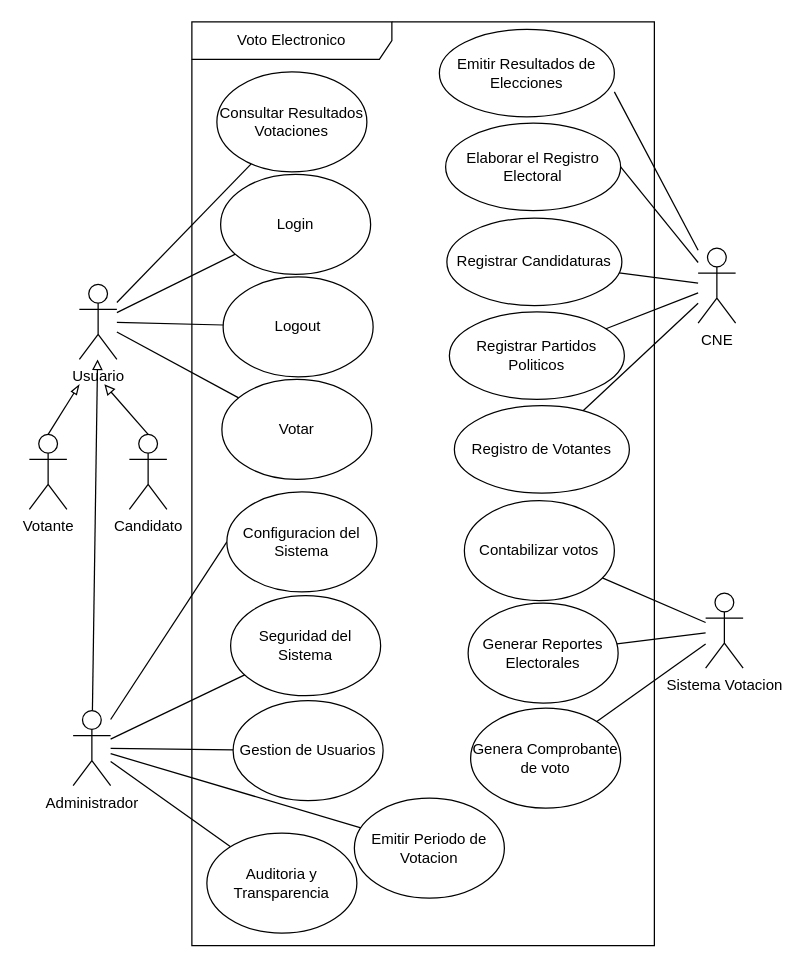
bravemilio15/DiagramasTercerCiclo keeps this draw.io diagram as page "VotoElectronico" (1 of 5) of Usecase.drawio. Above is the earlier version. Source tidied: cells renumbered, new cells numbered last; positions are measured from the earlier drawing's top-left corner, leaving out a move shared by most shapes. Both pictures are drawn from the tidied source at 125%, with x=0, y=0 at pixel (29, 21).
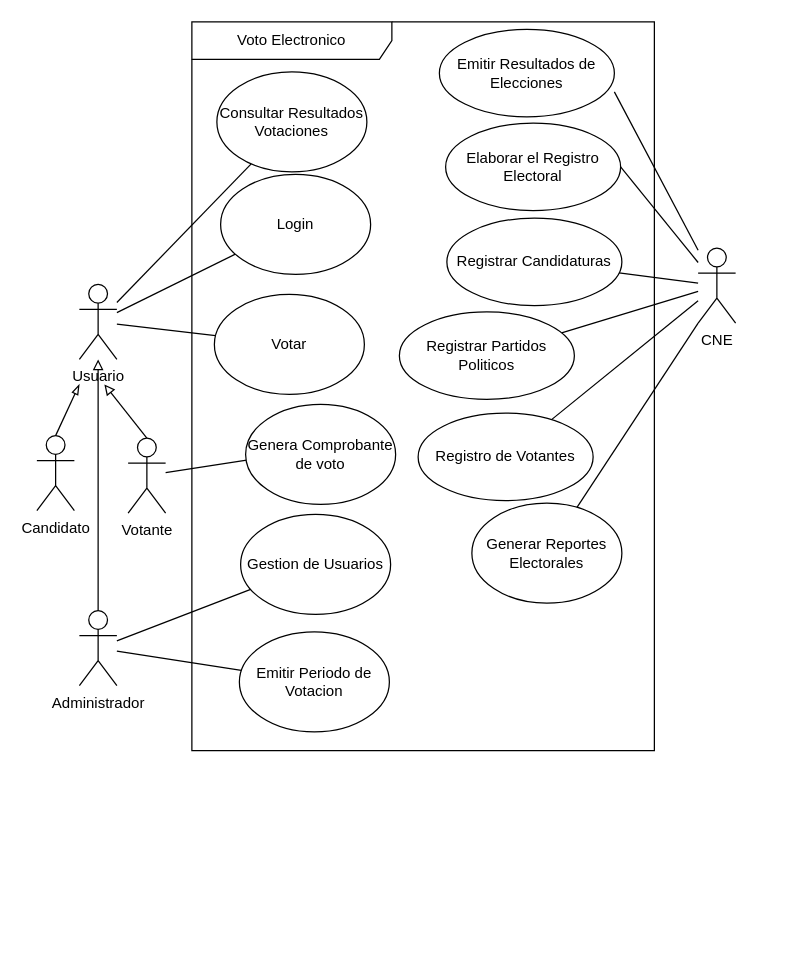
The same page after the edit.

The change refers to these unchanged cells:
```xml
<mxCell id="6" value="Usuario" style="shape=umlActor;verticalLabelPosition=bottom;verticalAlign=top;html=1;outlineConnect=0;" parent="1" vertex="1">
  <mxGeometry x="40" y="210" width="30" height="60" as="geometry" />
</mxCell>
<mxCell id="16" value="CNE" style="shape=umlActor;verticalLabelPosition=bottom;verticalAlign=top;html=1;outlineConnect=0;" parent="1" vertex="1">
  <mxGeometry x="535" y="181" width="30" height="60" as="geometry" />
</mxCell>
```

What changed in the source:
```diff
@@
-    <mxCell id="3" style="rounded=0;jettySize=auto;html=1;endArrow=none;endFill=0;" parent="1" edge="1" source="6" target="31">
-      <mxGeometry relative="1" as="geometry" />
-    </mxCell>
@@
+    <mxCell id="46" style="rounded=0;jettySize=auto;html=1;entryX=0.061;entryY=0.546;entryDx=0;entryDy=0;entryPerimeter=0;endArrow=none;endFill=0;" parent="1" edge="1" source="8" target="45">
+      <mxGeometry relative="1" as="geometry" />
+    </mxCell>
-    <mxCell id="8" value="Candidato" style="shape=umlActor;verticalLabelPosition=bottom;verticalAlign=top;html=1;outlineConnect=0;" parent="1" vertex="1">
-      <mxGeometry x="80" y="330" width="30" height="60" as="geometry" />
+    <mxCell id="8" value="Votante" style="shape=umlActor;verticalLabelPosition=bottom;verticalAlign=top;html=1;outlineConnect=0;" parent="1" vertex="1">
+      <mxGeometry x="79" y="333" width="30" height="60" as="geometry" />
     </mxCell>
@@
-    <mxCell id="10" value="Votante" style="shape=umlActor;verticalLabelPosition=bottom;verticalAlign=top;html=1;outlineConnect=0;" parent="1" vertex="1">
-      <mxGeometry y="330" width="30" height="60" as="geometry" />
+    <mxCell id="10" value="Candidato" style="shape=umlActor;verticalLabelPosition=bottom;verticalAlign=top;html=1;outlineConnect=0;" parent="1" vertex="1">
+      <mxGeometry x="6" y="331" width="30" height="60" as="geometry" />
     </mxCell>
@@
-    <mxCell id="17" style="rounded=0;jettySize=auto;html=1;endArrow=none;endFill=0;" parent="1" edge="1" source="20" target="43">
-      <mxGeometry relative="1" as="geometry" />
-    </mxCell>
-    <mxCell id="18" style="rounded=0;jettySize=auto;html=1;endArrow=none;endFill=0;" parent="1" edge="1" source="20" target="44">
+    <mxCell id="18" style="rounded=0;jettySize=auto;html=1;endArrow=none;endFill=0;exitX=0;exitY=1;exitDx=0;exitDy=0;exitPerimeter=0;" parent="1" edge="1" source="16" target="44">
       <mxGeometry relative="1" as="geometry" />
     </mxCell>
-    <mxCell id="19" style="rounded=0;jettySize=auto;html=1;endArrow=none;endFill=0;" parent="1" edge="1" source="20" target="45">
-      <mxGeometry relative="1" as="geometry" />
-    </mxCell>
-    <mxCell id="20" value="Sistema Votacion" style="shape=umlActor;verticalLabelPosition=bottom;verticalAlign=top;html=1;outlineConnect=0;" parent="1" vertex="1">
-      <mxGeometry x="541" y="457" width="30" height="60" as="geometry" />
-    </mxCell>
@@
-    <mxCell id="22" style="rounded=0;jettySize=auto;html=1;entryX=0;entryY=0.5;entryDx=0;entryDy=0;endArrow=none;endFill=0;" parent="1" edge="1" source="27" target="33">
-      <mxGeometry relative="1" as="geometry" />
-    </mxCell>
-    <mxCell id="23" style="rounded=0;jettySize=auto;html=1;endArrow=none;endFill=0;" parent="1" edge="1" source="27" target="34">
-      <mxGeometry relative="1" as="geometry" />
-    </mxCell>
@@
-    <mxCell id="26" style="rounded=0;jettySize=auto;html=1;endArrow=none;endFill=0;" parent="1" edge="1" source="27" target="37">
-      <mxGeometry relative="1" as="geometry" />
-    </mxCell>
     <mxCell id="27" value="Administrador&lt;br&gt;" style="shape=umlActor;verticalLabelPosition=bottom;verticalAlign=top;html=1;outlineConnect=0;" parent="1" vertex="1">
-      <mxGeometry x="35" y="551" width="30" height="60" as="geometry" />
+      <mxGeometry x="40" y="471" width="30" height="60" as="geometry" />
     </mxCell>
@@
     <mxCell id="29" value="Voto Electronico" style="shape=umlFrame;whiteSpace=wrap;html=1;width=160;" parent="1" vertex="1">
-      <mxGeometry x="130" width="370" height="739" as="geometry" />
+      <mxGeometry x="130" width="370" height="583" as="geometry" />
     </mxCell>
@@
-    <mxCell id="31" value="Logout" style="ellipse;whiteSpace=wrap;html=1;" parent="29" vertex="1">
-      <mxGeometry x="25" y="204" width="120" height="80" as="geometry" />
-    </mxCell>
     <mxCell id="32" value="Votar" style="ellipse;whiteSpace=wrap;html=1;" parent="29" vertex="1">
-      <mxGeometry x="24" y="286" width="120" height="80" as="geometry" />
+      <mxGeometry x="18" y="218" width="120" height="80" as="geometry" />
     </mxCell>
-    <mxCell id="33" value="Configuracion del Sistema" style="ellipse;whiteSpace=wrap;html=1;" parent="29" vertex="1">
-      <mxGeometry x="28" y="376" width="120" height="80" as="geometry" />
-    </mxCell>
-    <mxCell id="34" value="Seguridad del Sistema" style="ellipse;whiteSpace=wrap;html=1;" parent="29" vertex="1">
-      <mxGeometry x="31" y="459" width="120" height="80" as="geometry" />
-    </mxCell>
     <mxCell id="35" value="Gestion de Usuarios" style="ellipse;whiteSpace=wrap;html=1;" parent="29" vertex="1">
-      <mxGeometry x="33" y="543" width="120" height="80" as="geometry" />
+      <mxGeometry x="39" y="394" width="120" height="80" as="geometry" />
     </mxCell>
     <mxCell id="36" value="Emitir Periodo de Votacion" style="ellipse;whiteSpace=wrap;html=1;" parent="29" vertex="1">
-      <mxGeometry x="130" y="621" width="120" height="80" as="geometry" />
+      <mxGeometry x="38" y="488" width="120" height="80" as="geometry" />
     </mxCell>
-    <mxCell id="37" value="Auditoria y Transparencia" style="ellipse;whiteSpace=wrap;html=1;" parent="29" vertex="1">
-      <mxGeometry x="12" y="649" width="120" height="80" as="geometry" />
-    </mxCell>
@@
     <mxCell id="41" value="Registrar Partidos Politicos" style="ellipse;whiteSpace=wrap;html=1;" parent="29" vertex="1">
-      <mxGeometry x="206" y="232" width="140" height="70" as="geometry" />
+      <mxGeometry x="166" y="232" width="140" height="70" as="geometry" />
     </mxCell>
     <mxCell id="42" value="Registro de Votantes" style="ellipse;whiteSpace=wrap;html=1;" parent="29" vertex="1">
-      <mxGeometry x="210" y="307" width="140" height="70" as="geometry" />
+      <mxGeometry x="181" y="313" width="140" height="70" as="geometry" />
     </mxCell>
-    <mxCell id="43" value="Contabilizar votos" style="ellipse;whiteSpace=wrap;html=1;" parent="29" vertex="1">
-      <mxGeometry x="218" y="383" width="120" height="80" as="geometry" />
-    </mxCell>
     <mxCell id="44" value="Generar Reportes Electorales" style="ellipse;whiteSpace=wrap;html=1;" parent="29" vertex="1">
-      <mxGeometry x="221" y="465" width="120" height="80" as="geometry" />
+      <mxGeometry x="224" y="385" width="120" height="80" as="geometry" />
     </mxCell>
     <mxCell id="45" value="Genera Comprobante de voto" style="ellipse;whiteSpace=wrap;html=1;" parent="29" vertex="1">
-      <mxGeometry x="223" y="549" width="120" height="80" as="geometry" />
+      <mxGeometry x="43" y="306" width="120" height="80" as="geometry" />
     </mxCell>
```
